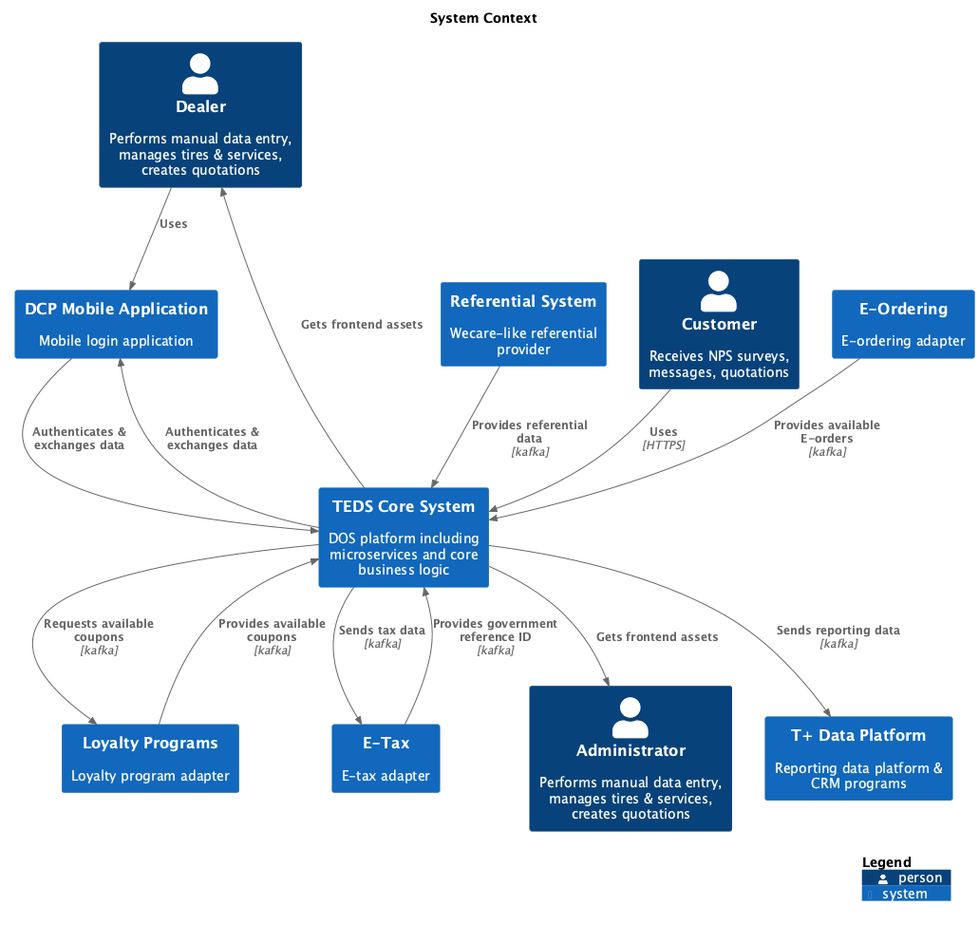
Above: main/png/Level1_SystemContext.png in kzsahay/teds (PlantUML), before the change.
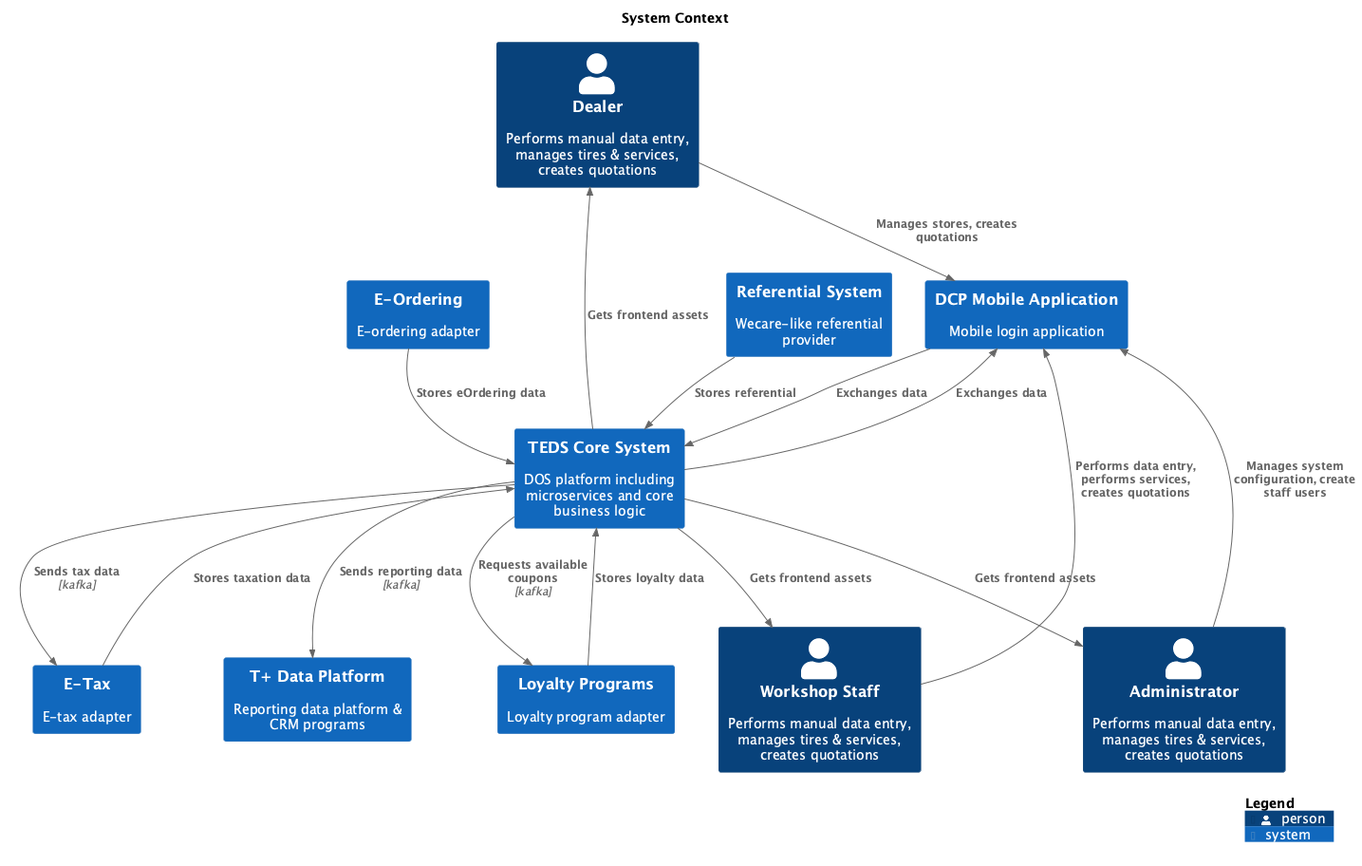
The same diagram one commit later.

Change to the diagram source:
```diff
@@ -8,9 +8,9 @@
 !include <C4/C4_Context>
 
 Person(Dealer, "Dealer", $descr="Performs manual data entry, manages tires & services, creates quotations", $tags="", $link="")
+Person(WorkshopStaff, "Workshop Staff", $descr="Performs manual data entry, manages tires & services, creates quotations", $tags="", $link="")
 Person(Administrator, "Administrator", $descr="Performs manual data entry, manages tires & services, creates quotations", $tags="", $link="")
 System(ReferentialSystem, "Referential System", $descr="Wecare-like referential provider", $tags="", $link="")
-Person(Customer, "Customer", $descr="Receives NPS surveys, messages, quotations", $tags="", $link="")
 System(LoyaltyPrograms, "Loyalty Programs", $descr="Loyalty program adapter", $tags="", $link="")
 System(EOrdering, "E-Ordering", $descr="E-ordering adapter", $tags="", $link="")
 System(ETax, "E-Tax", $descr="E-tax adapter", $tags="", $link="")
@@ -18,19 +18,21 @@
 System(DCPMobileApplication, "DCP Mobile Application", $descr="Mobile login application", $tags="", $link="")
 System(TDataPlatform, "T+ Data Platform", $descr="Reporting data platform & CRM programs", $tags="", $link="")
 
-Rel(ReferentialSystem, TEDSCoreSystem, "Provides referential data", $techn="kafka", $tags="", $link="")
+Rel(ReferentialSystem, TEDSCoreSystem, "Stores referential", $techn="", $tags="", $link="")
 Rel(TEDSCoreSystem, LoyaltyPrograms, "Requests available coupons", $techn="kafka", $tags="", $link="")
-Rel(LoyaltyPrograms, TEDSCoreSystem, "Provides available coupons", $techn="kafka", $tags="", $link="")
-Rel(EOrdering, TEDSCoreSystem, "Provides available E-orders", $techn="kafka", $tags="", $link="")
+Rel(LoyaltyPrograms, TEDSCoreSystem, "Stores loyalty data", $techn="", $tags="", $link="")
+Rel(EOrdering, TEDSCoreSystem, "Stores eOrdering data", $techn="", $tags="", $link="")
 Rel(TEDSCoreSystem, ETax, "Sends tax data", $techn="kafka", $tags="", $link="")
-Rel(ETax, TEDSCoreSystem, "Provides government reference ID", $techn="kafka", $tags="", $link="")
+Rel(ETax, TEDSCoreSystem, "Stores taxation data", $techn="", $tags="", $link="")
+Rel(DCPMobileApplication, TEDSCoreSystem, "Exchanges data", $techn="", $tags="", $link="")
+Rel(TEDSCoreSystem, DCPMobileApplication, "Exchanges data", $techn="", $tags="", $link="")
 Rel(TEDSCoreSystem, TDataPlatform, "Sends reporting data", $techn="kafka", $tags="", $link="")
 Rel(TEDSCoreSystem, Dealer, "Gets frontend assets", $techn="", $tags="", $link="")
+Rel(TEDSCoreSystem, WorkshopStaff, "Gets frontend assets", $techn="", $tags="", $link="")
 Rel(TEDSCoreSystem, Administrator, "Gets frontend assets", $techn="", $tags="", $link="")
-Rel(Customer, TEDSCoreSystem, "Uses", $techn="HTTPS", $tags="", $link="")
-Rel(Dealer, DCPMobileApplication, "Uses", $techn="", $tags="", $link="")
-Rel(DCPMobileApplication, TEDSCoreSystem, "Authenticates & exchanges data", $techn="", $tags="", $link="")
-Rel(TEDSCoreSystem, DCPMobileApplication, "Authenticates & exchanges data", $techn="", $tags="", $link="")
+Rel(Dealer, DCPMobileApplication, "Manages stores, creates quotations", $techn="", $tags="", $link="")
+Rel(Administrator, DCPMobileApplication, "Manages system configuration, create staff users", $techn="", $tags="", $link="")
+Rel(WorkshopStaff, DCPMobileApplication, "Performs data entry, performs services, creates quotations", $techn="", $tags="", $link="")
 
 SHOW_LEGEND(true)
 @enduml
```
